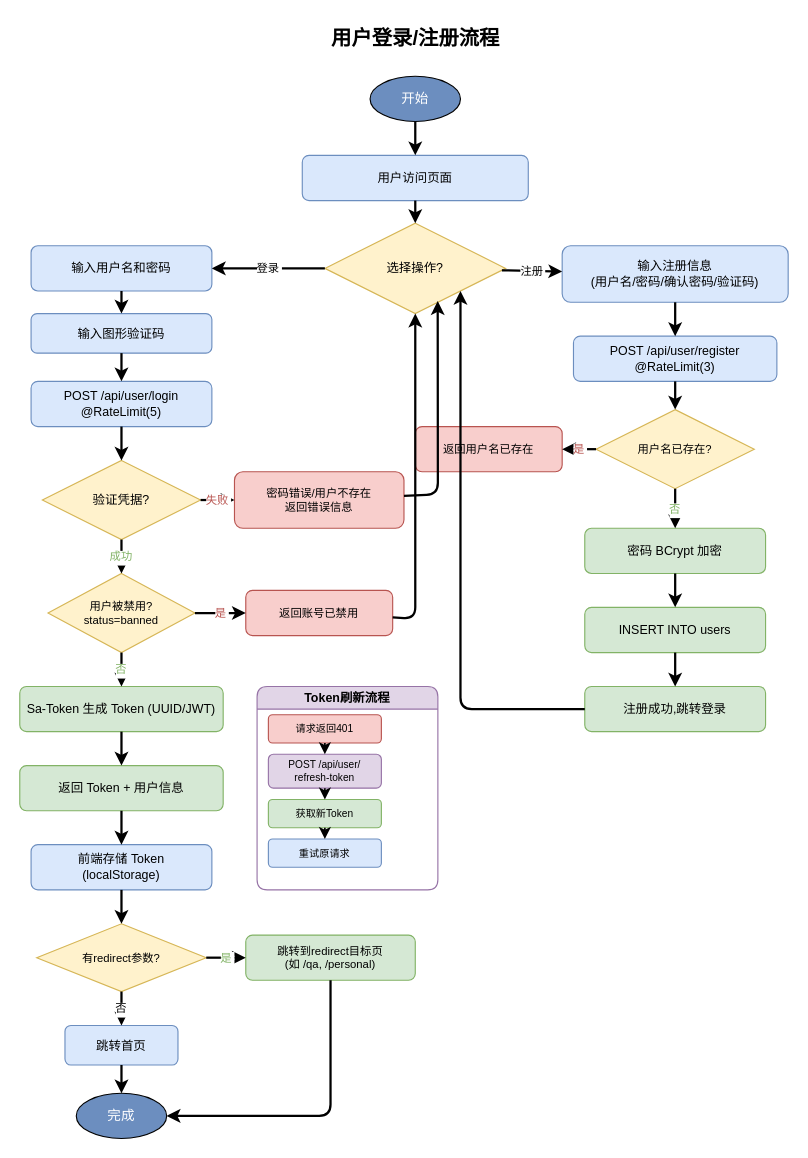
The draw.io diagram docs/diagrams/flow-login.drawio in yhe3603-star/Graduation-Project, before the edit. Source tidied: cells renumbered, new cells numbered last; positions are measured from the earlier drawing's top-left corner, leaving out a move shared by most shapes. Both pictures are drawn from the tidied source at 113%, with x=0, y=0 at pixel (19, 19).
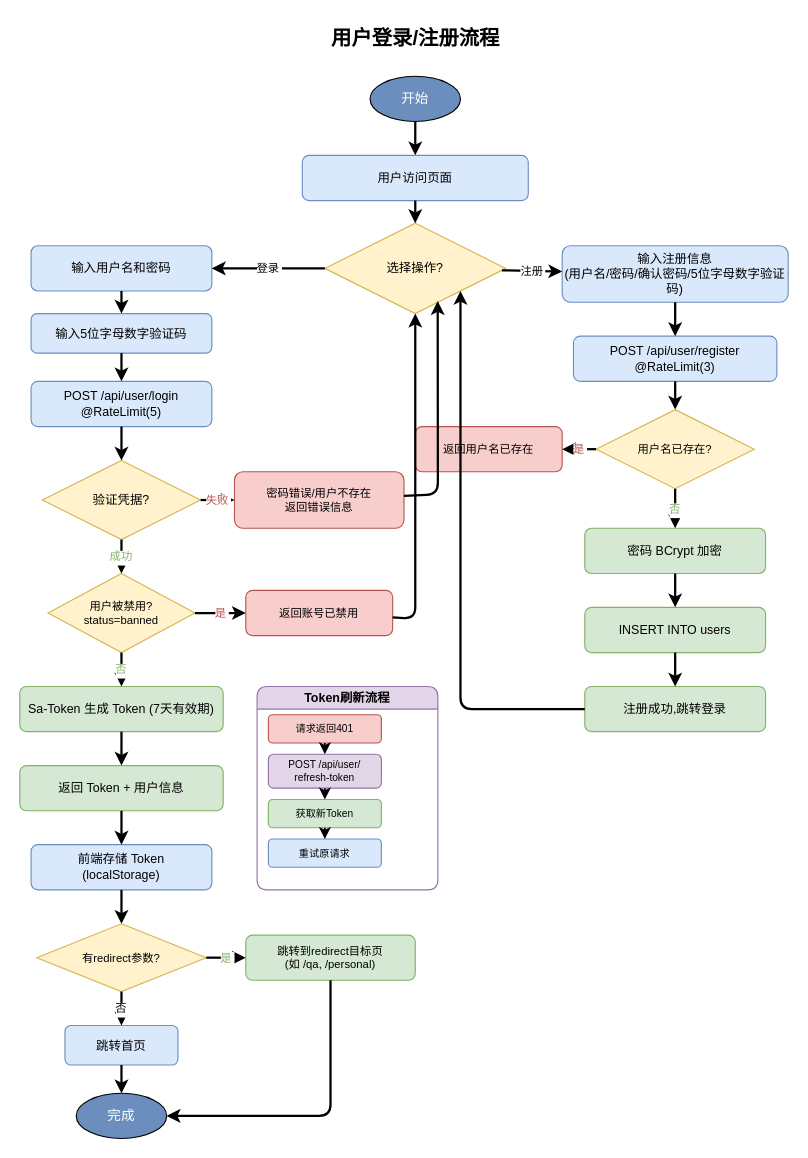
The same diagram, later.

The edit, as a diff of the source:
```diff
@@
-    <mxCell id="7" value="输入图形验证码" style="rounded=1;whiteSpace=wrap;html=1;fillColor=#dae8fc;strokeColor=#6c8ebf;fontSize=11;" parent="1" vertex="1">
+    <mxCell id="7" value="输入5位字母数字验证码" style="rounded=1;whiteSpace=wrap;html=1;fillColor=#dae8fc;strokeColor=#6c8ebf;fontSize=11;" parent="1" vertex="1">
       <mxGeometry x="10" y="260" width="160" height="35" as="geometry" />
     </mxCell>
@@
-    <mxCell id="13" value="Sa-Token 生成 Token (UUID/JWT)" style="rounded=1;whiteSpace=wrap;html=1;fillColor=#d5e8d4;strokeColor=#82b366;fontSize=11;" parent="1" vertex="1">
+    <mxCell id="13" value="Sa-Token 生成 Token (7天有效期)" style="rounded=1;whiteSpace=wrap;html=1;fillColor=#d5e8d4;strokeColor=#82b366;fontSize=11;" parent="1" vertex="1">
       <mxGeometry y="590" width="180" height="40" as="geometry" />
     </mxCell>
@@
-    <mxCell id="19" value="输入注册信息&lt;br&gt;(用户名/密码/确认密码/验证码)" style="rounded=1;whiteSpace=wrap;html=1;fillColor=#dae8fc;strokeColor=#6c8ebf;fontSize=11;" parent="1" vertex="1">
+    <mxCell id="19" value="输入注册信息&lt;br&gt;(用户名/密码/确认密码/5位字母数字验证码)" style="rounded=1;whiteSpace=wrap;html=1;fillColor=#dae8fc;strokeColor=#6c8ebf;fontSize=11;" parent="1" vertex="1">
       <mxGeometry x="480" y="200" width="200" height="50" as="geometry" />
     </mxCell>
```
